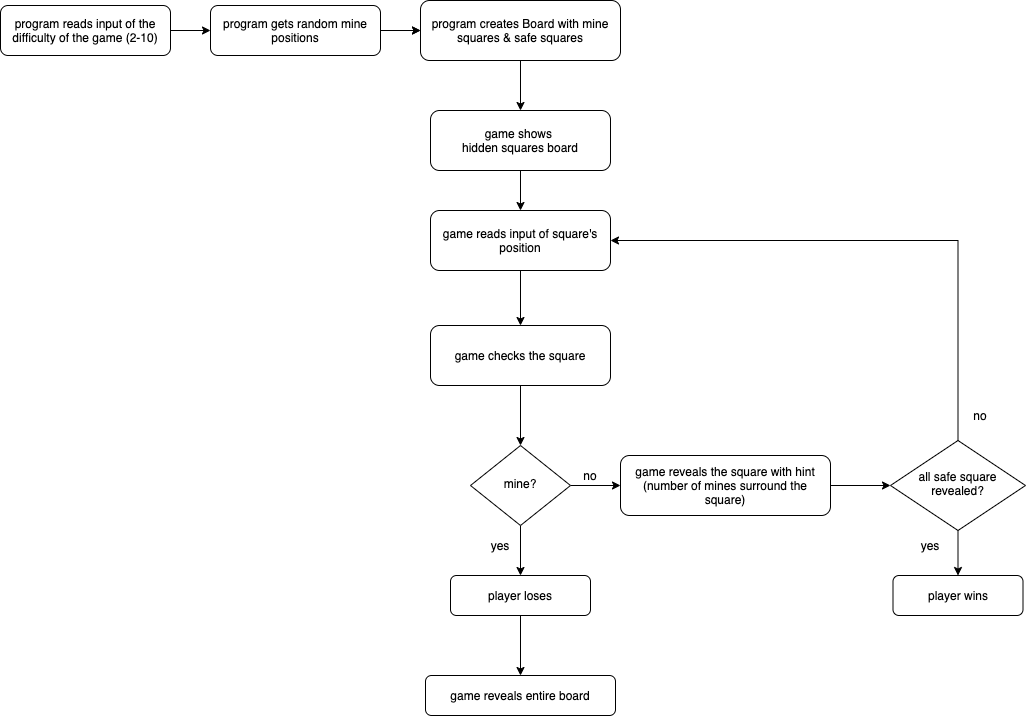
The draw.io diagram docs/flow-chart.png in TiffanyHoang/minesweeper, before a commit. Source tidied: cells renumbered, new cells last; positions are measured from the earlier drawing's top-left corner, leaving out a move shared by most shapes.
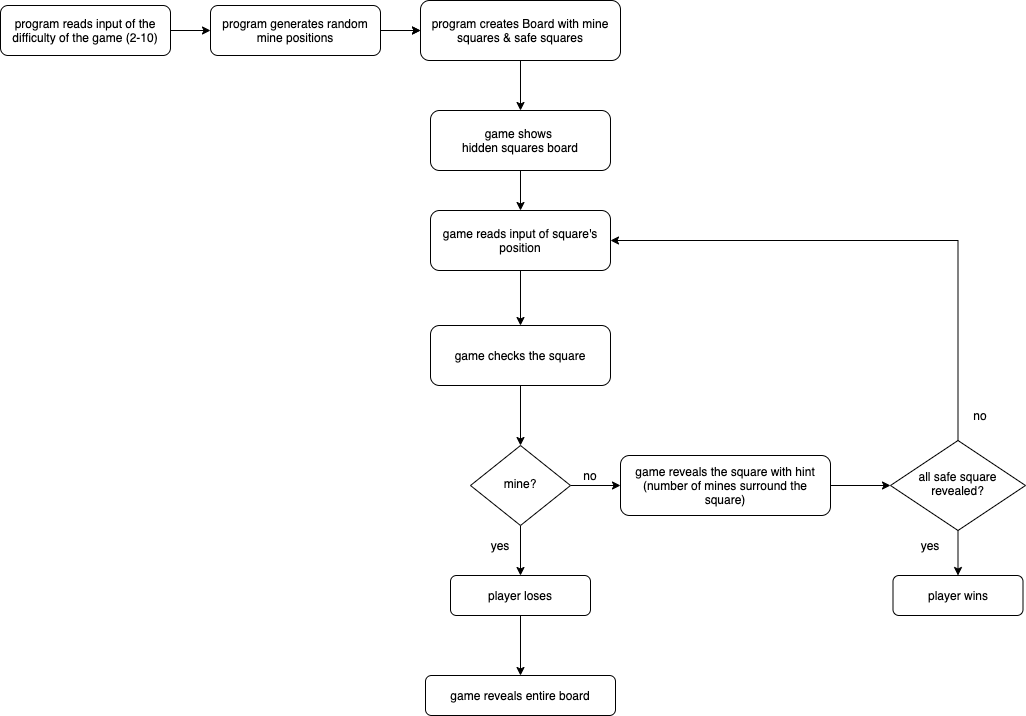
Above is the later version.

Commit message:
udpate flowchart

What changed in the source:
```diff
@@ -5,7 +5,7 @@
     <mxCell id="2" style="edgeStyle=orthogonalEdgeStyle;rounded=0;jettySize=auto;html=1;" parent="1" edge="1" source="3" target="6">
       <mxGeometry relative="1" as="geometry" />
     </mxCell>
-    <mxCell id="3" value="program gets random mine positions" style="rounded=1;whiteSpace=wrap;html=1;fontSize=12;glass=0;strokeWidth=1;shadow=0;" parent="1" vertex="1">
+    <mxCell id="3" value="program generates random mine positions" style="rounded=1;whiteSpace=wrap;html=1;fontSize=12;glass=0;strokeWidth=1;shadow=0;" parent="1" vertex="1">
       <mxGeometry x="210" y="5" width="170" height="50" as="geometry" />
     </mxCell>
     <mxCell id="4" style="edgeStyle=orthogonalEdgeStyle;rounded=0;jettySize=auto;html=1;" parent="1" edge="1" target="6">
```
